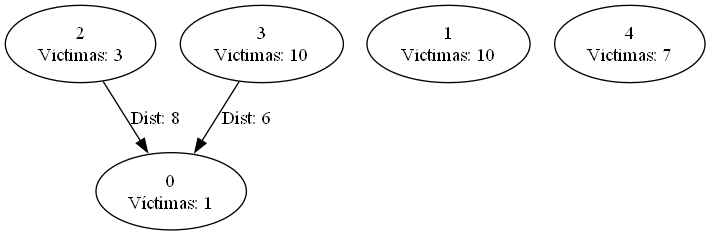
The Graphviz diagram grafo.png in PedroRVGE/El-ritual-del-brujo-Duv-Gonzaga, before a commit. Its source is kept beside it as grafo.dot.
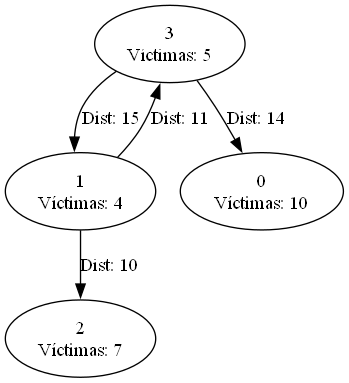
After the change.

Diff of the diagram source:
```diff
@@ -1,9 +1,10 @@
 digraph G {
-0 [label="0\nVíctimas: 1"];
-1 [label="1\nVíctimas: 10"];
-2 [label="2\nVíctimas: 3"];
-3 [label="3\nVíctimas: 10"];
-4 [label="4\nVíctimas: 7"];
-2 -> 0 [label="Dist: 8"];
-3 -> 0 [label="Dist: 6"];
+0 [label="0\nVíctimas: 10"];
+1 [label="1\nVíctimas: 4"];
+2 [label="2\nVíctimas: 7"];
+3 [label="3\nVíctimas: 5"];
+3 -> 1 [label="Dist: 15"];
+1 -> 2 [label="Dist: 10"];
+1 -> 3 [label="Dist: 11"];
+3 -> 0 [label="Dist: 14"];
 }
```
